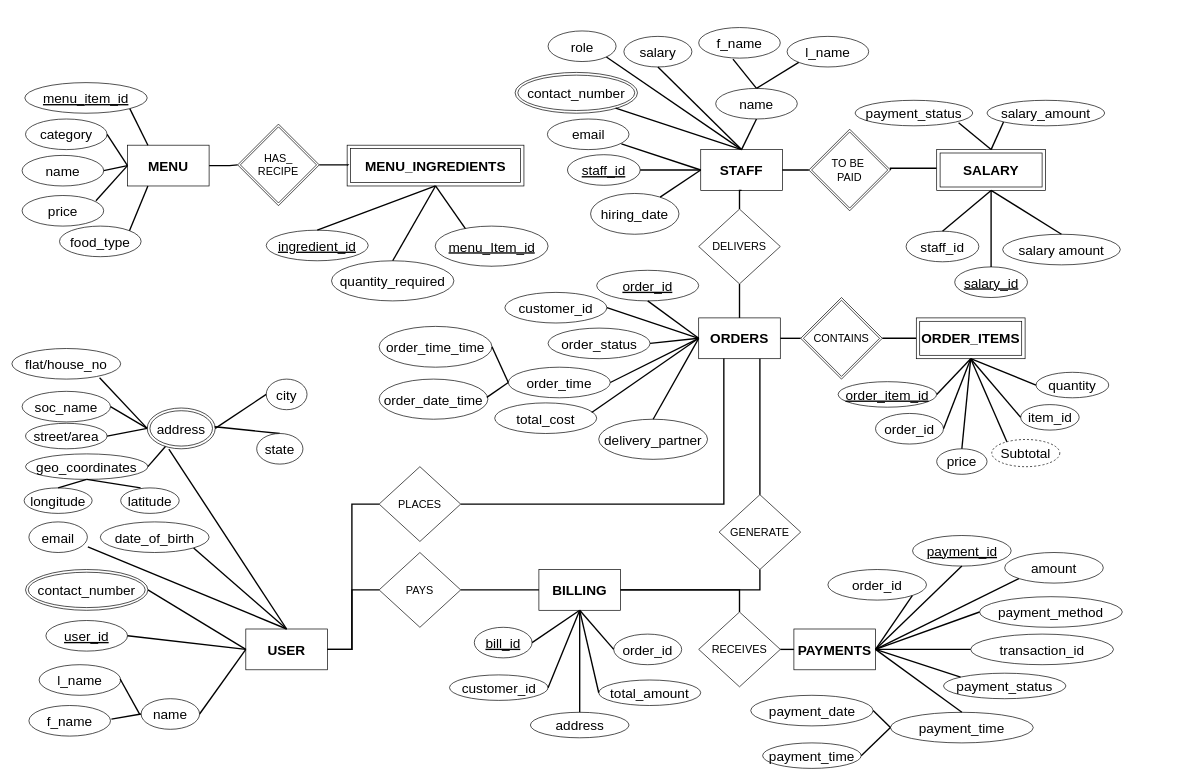
This is Cloud Kitchen.drawio from BunsenBurrito/Cloud_Kitchen_SEM-5, a draw.io file, before an edit. Source tidied: cells renumbered, new cells numbered last; positions are measured from the earlier drawing's top-left corner, leaving out a move shared by most shapes. Both pictures are drawn from the tidied source at 68%, with x=0, y=0 at pixel (12, 27).
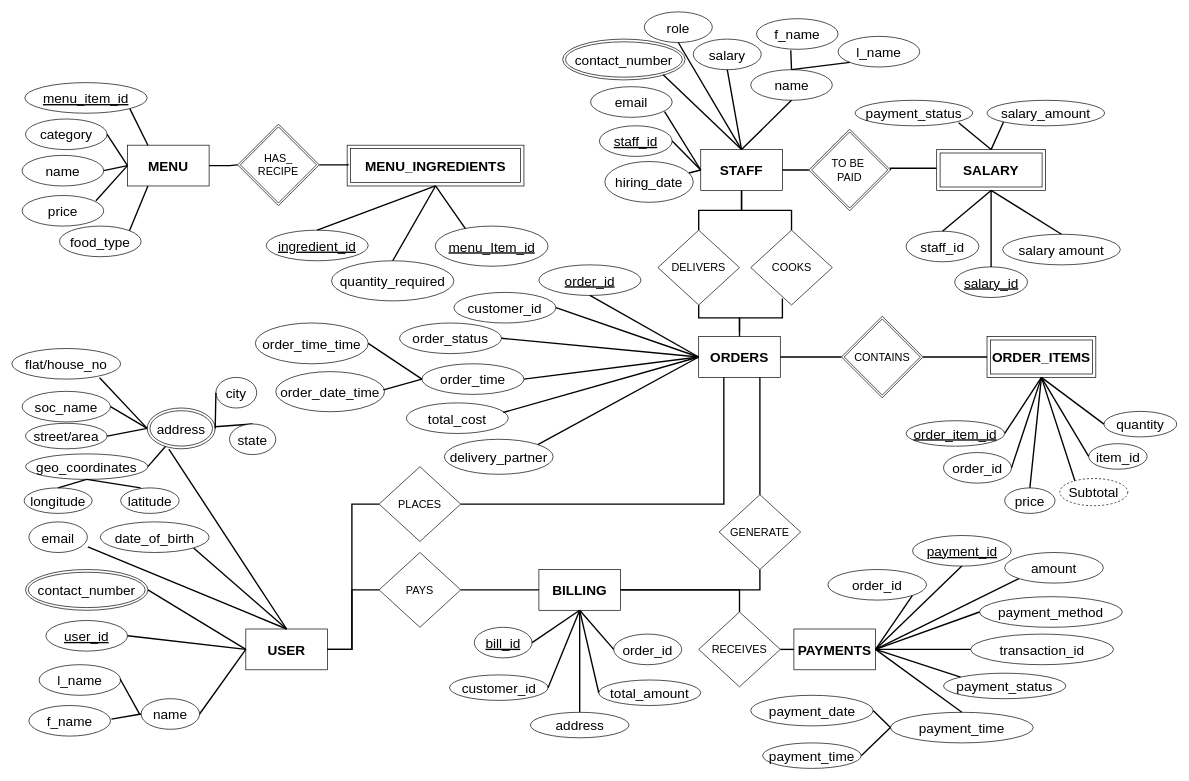
The same page after the edit.

Commit message:
added cooks relationship

Unchanged cells that the change refers to:
```xml
<mxCell id="8" value="&lt;b&gt;&lt;font style=&quot;font-size: 20px;&quot;&gt;STAFF&lt;/font&gt;&lt;/b&gt;" style="rounded=0;whiteSpace=wrap;html=1;" parent="1" vertex="1">
  <mxGeometry x="1013" y="179.5" width="120" height="60" as="geometry" />
</mxCell>
```

What changed in the source:
```diff
@@
     <mxCell id="5" value="&lt;b&gt;&lt;font style=&quot;font-size: 20px;&quot;&gt;ORDERS&lt;/font&gt;&lt;/b&gt;" style="rounded=0;whiteSpace=wrap;html=1;" parent="1" vertex="1">
-      <mxGeometry x="1010" y="427" width="120" height="60" as="geometry" />
+      <mxGeometry x="1010" y="454.5" width="120" height="60" as="geometry" />
     </mxCell>
@@
     <mxCell id="21" value="&lt;font style=&quot;font-size: 20px;&quot;&gt;&lt;b style=&quot;&quot;&gt;ORDER_ITEMS&lt;/b&gt;&lt;/font&gt;" style="shape=ext;margin=3;double=1;whiteSpace=wrap;html=1;align=center;" parent="1" vertex="1">
-      <mxGeometry x="1330" y="427" width="160" height="60" as="geometry" />
+      <mxGeometry x="1434" y="454.5" width="160" height="60" as="geometry" />
     </mxCell>
     <mxCell id="22" value="&lt;span style=&quot;font-size: 16px;&quot;&gt;CONTAINS&lt;/span&gt;" style="shape=rhombus;double=1;perimeter=rhombusPerimeter;whiteSpace=wrap;html=1;align=center;" parent="1" vertex="1">
-      <mxGeometry x="1160" y="397" width="120" height="120" as="geometry" />
+      <mxGeometry x="1220" y="424.5" width="120" height="120" as="geometry" />
     </mxCell>
@@
     <mxCell id="26" value="&lt;font style=&quot;font-size: 16px;&quot;&gt;DELIVERS&lt;/font&gt;" style="shape=rhombus;perimeter=rhombusPerimeter;whiteSpace=wrap;html=1;align=center;" parent="1" vertex="1">
-      <mxGeometry x="1010" y="267" width="120" height="110" as="geometry" />
+      <mxGeometry x="950" y="298" width="120" height="110" as="geometry" />
     </mxCell>
     <mxCell id="27" style="edgeStyle=orthogonalEdgeStyle;rounded=0;jettySize=auto;html=1;endArrow=none;endFill=0;strokeWidth=2;entryX=0.5;entryY=0;entryDx=0;entryDy=0;exitX=0.5;exitY=1;exitDx=0;exitDy=0;" parent="1" edge="1" source="26" target="5">
-      <mxGeometry relative="1" as="geometry" />
+      <mxGeometry relative="1" as="geometry">
+        <Array as="points">
+          <mxPoint x="1010" y="427" />
+          <mxPoint x="1070" y="427" />
+        </Array>
+      </mxGeometry>
     </mxCell>
@@
     <mxCell id="46" value="&lt;font style=&quot;font-size: 20px;&quot;&gt;&lt;u&gt;staff_id&lt;/u&gt;&lt;/font&gt;&lt;font style=&quot;font-size: 20px;&quot;&gt;&lt;u&gt;&lt;br&gt;&lt;/u&gt;&lt;/font&gt;" style="ellipse;whiteSpace=wrap;html=1;shapeInside=1;" parent="1" vertex="1">
-      <mxGeometry x="817" y="187" width="107" height="45" as="geometry" />
+      <mxGeometry x="864" y="144.5" width="107" height="45" as="geometry" />
     </mxCell>
     <mxCell id="47" value="&lt;font style=&quot;font-size: 20px;&quot;&gt;salary&lt;/font&gt;&lt;font style=&quot;font-size: 20px;&quot;&gt;&lt;br&gt;&lt;/font&gt;" style="ellipse;whiteSpace=wrap;html=1;shapeInside=1;" parent="1" vertex="1">
-      <mxGeometry x="900" y="13" width="100" height="45" as="geometry" />
+      <mxGeometry x="1002" y="17" width="100" height="45" as="geometry" />
     </mxCell>
     <mxCell id="48" value="&lt;font style=&quot;font-size: 20px;&quot;&gt;contact_number&lt;/font&gt;" style="ellipse;shape=doubleEllipse;whiteSpace=wrap;html=1;" parent="1" vertex="1">
-      <mxGeometry x="740" y="66" width="180" height="60" as="geometry" />
+      <mxGeometry x="810" y="17" width="180" height="60" as="geometry" />
     </mxCell>
@@
     <mxCell id="50" value="&lt;font style=&quot;font-size: 20px;&quot;&gt;role&lt;/font&gt;&lt;font style=&quot;font-size: 20px;&quot;&gt;&lt;br&gt;&lt;/font&gt;" style="ellipse;whiteSpace=wrap;html=1;shapeInside=1;" parent="1" vertex="1">
-      <mxGeometry x="788.5" y="5" width="100" height="45" as="geometry" />
+      <mxGeometry x="930" y="-23" width="100" height="45" as="geometry" />
     </mxCell>
     <mxCell id="51" value="&lt;font style=&quot;font-size: 20px;&quot;&gt;email&lt;/font&gt;" style="ellipse;whiteSpace=wrap;html=1;shapeInside=1;" parent="1" vertex="1">
-      <mxGeometry x="787.5" y="134.5" width="120" height="45" as="geometry" />
+      <mxGeometry x="851" y="87" width="120" height="45" as="geometry" />
     </mxCell>
     <mxCell id="52" value="&lt;font style=&quot;font-size: 20px;&quot;&gt;hiring_date&lt;/font&gt;" style="ellipse;whiteSpace=wrap;html=1;shapeInside=1;" parent="1" vertex="1">
-      <mxGeometry x="851" y="244" width="130" height="60" as="geometry" />
+      <mxGeometry x="872" y="197" width="130" height="60" as="geometry" />
     </mxCell>
-    <mxCell id="53" style="endArrow=none;html=1;rounded=0;entryX=0.5;entryY=0;entryDx=0;entryDy=0;exitX=1;exitY=1;exitDx=0;exitDy=0;strokeWidth=2;" parent="1" edge="1" source="50" target="8">
+    <mxCell id="53" style="endArrow=none;html=1;rounded=0;entryX=0.5;entryY=0;entryDx=0;entryDy=0;exitX=0.5;exitY=1;exitDx=0;exitDy=0;strokeWidth=2;" parent="1" edge="1" source="50" target="8">
       <mxGeometry relative="1" as="geometry" />
     </mxCell>
@@
     <mxCell id="59" value="&lt;font style=&quot;font-size: 20px;&quot;&gt;name&lt;/font&gt;" style="ellipse;whiteSpace=wrap;html=1;shapeInside=1;" parent="1" vertex="1">
-      <mxGeometry x="1035" y="89.5" width="120" height="45" as="geometry" />
+      <mxGeometry x="1086.5" y="62" width="120" height="45" as="geometry" />
     </mxCell>
     <mxCell id="60" value="&lt;font style=&quot;font-size: 20px;&quot;&gt;f_name&lt;/font&gt;" style="ellipse;whiteSpace=wrap;html=1;shapeInside=1;" parent="1" vertex="1">
-      <mxGeometry x="1010" width="120" height="45" as="geometry" />
+      <mxGeometry x="1095" y="-13" width="120" height="45" as="geometry" />
     </mxCell>
     <mxCell id="61" value="&lt;font style=&quot;font-size: 20px;&quot;&gt;l_name&lt;/font&gt;" style="ellipse;whiteSpace=wrap;html=1;shapeInside=1;" parent="1" vertex="1">
-      <mxGeometry x="1140" y="13" width="120" height="45" as="geometry" />
+      <mxGeometry x="1215" y="13" width="120" height="45" as="geometry" />
     </mxCell>
@@
     <mxCell id="68" value="&lt;font style=&quot;font-size: 20px;&quot;&gt;city&lt;/font&gt;" style="ellipse;whiteSpace=wrap;html=1;shapeInside=1;" parent="1" vertex="1">
-      <mxGeometry x="374" y="517" width="60" height="45" as="geometry" />
+      <mxGeometry x="300" y="514.5" width="60" height="45" as="geometry" />
     </mxCell>
@@
     <mxCell id="98" value="&lt;font style=&quot;font-size: 20px;&quot;&gt;state&lt;/font&gt;" style="ellipse;whiteSpace=wrap;html=1;shapeInside=1;" parent="1" vertex="1">
-      <mxGeometry x="360" y="597" width="68" height="45" as="geometry" />
+      <mxGeometry x="320" y="583" width="68" height="45" as="geometry" />
     </mxCell>
@@
     <mxCell id="112" value="&lt;font style=&quot;font-size: 20px;&quot;&gt;&lt;u&gt;order_item_id&lt;/u&gt;&lt;/font&gt;&lt;font style=&quot;font-size: 20px;&quot;&gt;&lt;u&gt;&lt;br&gt;&lt;/u&gt;&lt;/font&gt;" style="ellipse;whiteSpace=wrap;html=1;shapeInside=1;" parent="1" vertex="1">
-      <mxGeometry x="1215" y="520.8" width="145" height="37.5" as="geometry" />
+      <mxGeometry x="1315" y="578.2" width="145" height="37.5" as="geometry" />
     </mxCell>
     <mxCell id="113" value="&lt;font style=&quot;font-size: 20px;&quot;&gt;quantity&lt;/font&gt;&lt;font style=&quot;font-size: 20px;&quot;&gt;&lt;u&gt;&lt;br&gt;&lt;/u&gt;&lt;/font&gt;" style="ellipse;whiteSpace=wrap;html=1;shapeInside=1;" parent="1" vertex="1">
-      <mxGeometry x="1506" y="507" width="107" height="37.5" as="geometry" />
+      <mxGeometry x="1606" y="564.5" width="107" height="37.5" as="geometry" />
     </mxCell>
     <mxCell id="114" value="&lt;font style=&quot;font-size: 20px;&quot;&gt;order_id&lt;/font&gt;" style="ellipse;whiteSpace=wrap;html=1;shapeInside=1;" parent="1" vertex="1">
-      <mxGeometry x="1270" y="567.5" width="100" height="45" as="geometry" />
+      <mxGeometry x="1370" y="625" width="100" height="45" as="geometry" />
     </mxCell>
     <mxCell id="115" value="&lt;span style=&quot;font-size: 20px;&quot;&gt;item_id&lt;/span&gt;" style="ellipse;whiteSpace=wrap;html=1;shapeInside=1;" parent="1" vertex="1">
-      <mxGeometry x="1483.5" y="554.5" width="86" height="37.5" as="geometry" />
+      <mxGeometry x="1583.5" y="612" width="86" height="37.5" as="geometry" />
     </mxCell>
     <mxCell id="116" value="&lt;font style=&quot;font-size: 20px;&quot;&gt;price&lt;/font&gt;" style="ellipse;whiteSpace=wrap;html=1;shapeInside=1;" parent="1" vertex="1">
-      <mxGeometry x="1360" y="619.5" width="74" height="37.5" as="geometry" />
+      <mxGeometry x="1460" y="677" width="74" height="37.5" as="geometry" />
     </mxCell>
     <mxCell id="117" value="&lt;font style=&quot;font-size: 20px;&quot;&gt;Subtotal&lt;/font&gt;" style="ellipse;whiteSpace=wrap;html=1;align=center;dashed=1;" parent="1" vertex="1">
-      <mxGeometry x="1441" y="605.8" width="100" height="40" as="geometry" />
+      <mxGeometry x="1541" y="663.2" width="100" height="40" as="geometry" />
     </mxCell>
@@
     <mxCell id="140" value="&lt;span style=&quot;font-size: 20px;&quot;&gt;&lt;u&gt;order_id&lt;/u&gt;&lt;/span&gt;" style="ellipse;whiteSpace=wrap;html=1;shapeInside=1;" parent="1" vertex="1">
-      <mxGeometry x="860" y="357" width="150" height="45" as="geometry" />
+      <mxGeometry x="775" y="349" width="150" height="45" as="geometry" />
     </mxCell>
     <mxCell id="141" value="&lt;span style=&quot;font-size: 20px;&quot;&gt;customer_id&lt;/span&gt;" style="ellipse;whiteSpace=wrap;html=1;shapeInside=1;" parent="1" vertex="1">
-      <mxGeometry x="725" y="389.5" width="150" height="45" as="geometry" />
+      <mxGeometry x="650" y="389.5" width="150" height="45" as="geometry" />
     </mxCell>
     <mxCell id="142" value="&lt;span style=&quot;font-size: 20px;&quot;&gt;total_cost&lt;/span&gt;" style="ellipse;whiteSpace=wrap;html=1;shapeInside=1;" parent="1" vertex="1">
-      <mxGeometry x="710" y="552" width="150" height="45" as="geometry" />
+      <mxGeometry x="580" y="552" width="150" height="45" as="geometry" />
     </mxCell>
     <mxCell id="143" value="&lt;span style=&quot;font-size: 20px;&quot;&gt;delivery_partner&lt;/span&gt;" style="ellipse;whiteSpace=wrap;html=1;shapeInside=1;" parent="1" vertex="1">
-      <mxGeometry x="863" y="576" width="160" height="59" as="geometry" />
+      <mxGeometry x="636" y="605.5" width="160" height="51.5" as="geometry" />
     </mxCell>
     <mxCell id="144" value="&lt;span style=&quot;font-size: 20px;&quot;&gt;order_time&lt;/span&gt;" style="ellipse;whiteSpace=wrap;html=1;shapeInside=1;" parent="1" vertex="1">
-      <mxGeometry x="730" y="499.5" width="150" height="45" as="geometry" />
+      <mxGeometry x="603" y="494.5" width="150" height="45" as="geometry" />
     </mxCell>
     <mxCell id="145" value="&lt;span style=&quot;font-size: 20px;&quot;&gt;order_status&lt;/span&gt;" style="ellipse;whiteSpace=wrap;html=1;shapeInside=1;" parent="1" vertex="1">
-      <mxGeometry x="788.5" y="442" width="150" height="45" as="geometry" />
+      <mxGeometry x="570" y="434.5" width="150" height="45" as="geometry" />
     </mxCell>
@@
-    <mxCell id="151" style="endArrow=none;html=1;rounded=0;entryX=0.5;entryY=0;entryDx=0;entryDy=0;exitX=0;exitY=0.5;exitDx=0;exitDy=0;strokeWidth=2;" parent="1" edge="1" source="5" target="143">
+    <mxCell id="151" style="endArrow=none;html=1;rounded=0;entryX=1;entryY=0;entryDx=0;entryDy=0;exitX=0;exitY=0.5;exitDx=0;exitDy=0;strokeWidth=2;" parent="1" edge="1" source="5" target="143">
       <mxGeometry relative="1" as="geometry" />
     </mxCell>
     <mxCell id="152" value="&lt;span style=&quot;font-size: 20px;&quot;&gt;order_time_time&lt;/span&gt;" style="ellipse;whiteSpace=wrap;html=1;shapeInside=1;" parent="1" vertex="1">
-      <mxGeometry x="540" y="439.5" width="166" height="60" as="geometry" />
+      <mxGeometry x="358" y="434.5" width="166" height="60" as="geometry" />
     </mxCell>
     <mxCell id="153" value="&lt;span style=&quot;font-size: 20px;&quot;&gt;order_date_time&lt;/span&gt;" style="ellipse;whiteSpace=wrap;html=1;shapeInside=1;" parent="1" vertex="1">
-      <mxGeometry x="540" y="517" width="160" height="59" as="geometry" />
+      <mxGeometry x="388" y="506" width="160" height="59" as="geometry" />
     </mxCell>
@@
+    <mxCell id="168" value="&lt;span style=&quot;font-size: 16px;&quot;&gt;COOKS&lt;/span&gt;" style="shape=rhombus;perimeter=rhombusPerimeter;whiteSpace=wrap;html=1;align=center;" parent="1" vertex="1">
+      <mxGeometry x="1086.5" y="298" width="120" height="110" as="geometry" />
+    </mxCell>
+    <mxCell id="169" style="edgeStyle=orthogonalEdgeStyle;rounded=0;jettySize=auto;html=1;endArrow=none;endFill=0;strokeWidth=2;entryX=0.5;entryY=0;entryDx=0;entryDy=0;exitX=0.5;exitY=1;exitDx=0;exitDy=0;" parent="1" edge="1" source="8" target="168">
+      <mxGeometry relative="1" as="geometry" />
+    </mxCell>
+    <mxCell id="170" style="edgeStyle=orthogonalEdgeStyle;rounded=0;jettySize=auto;html=1;endArrow=none;endFill=0;strokeWidth=2;exitX=0.388;exitY=0.912;exitDx=0;exitDy=0;exitPerimeter=0;" parent="1" edge="1" source="168">
+      <mxGeometry relative="1" as="geometry">
+        <mxPoint x="1070" y="447" as="targetPoint" />
+        <Array as="points">
+          <mxPoint x="1133.1" y="427" />
+          <mxPoint x="1070" y="427" />
+        </Array>
+      </mxGeometry>
+    </mxCell>
```
